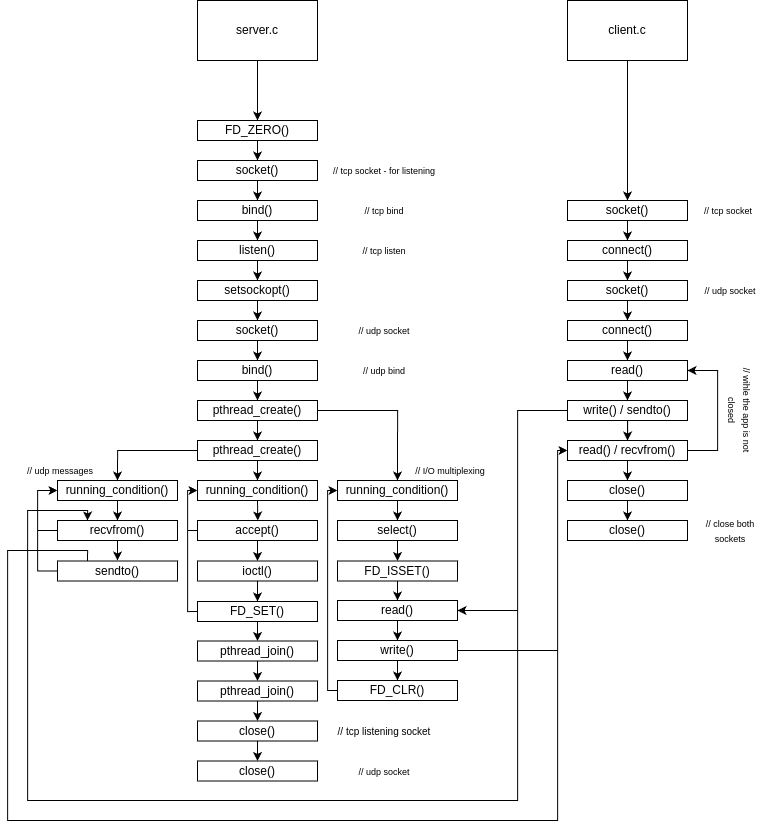
This is docs/RR execution diagram.drawio.png from petru-braha/RR-application, a draw.io export, as it was before one commit. Source tidied: cells renumbered, new cells last; positions are measured from the earlier drawing's top-left corner, leaving out a move shared by most shapes.
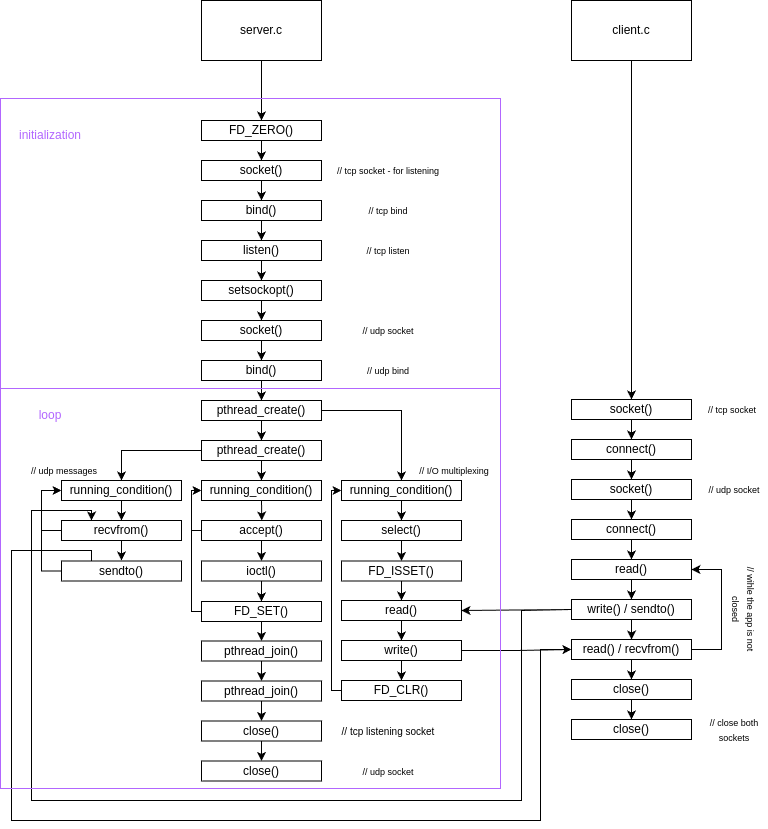
Above is the later version.

Diff of the diagram source:
```diff
@@ -160,13 +160,8 @@
         <mxPoint x="390" y="680" as="targetPoint" />
       </mxGeometry>
     </mxCell>
-    <mxCell id="50" style="edgeStyle=orthogonalEdgeStyle;rounded=0;jettySize=auto;html=1;exitX=1;exitY=0.5;exitDx=0;exitDy=0;entryX=0;entryY=0.5;entryDx=0;entryDy=0;" parent="1" edge="1" source="51" target="77">
-      <mxGeometry relative="1" as="geometry">
-        <Array as="points">
-          <mxPoint x="550" y="650" />
-          <mxPoint x="550" y="450" />
-        </Array>
-      </mxGeometry>
+    <mxCell id="50" style="edgeStyle=orthogonalEdgeStyle;rounded=0;jettySize=auto;html=1;entryX=0;entryY=0.5;entryDx=0;entryDy=0;" parent="1" edge="1" source="51" target="77">
+      <mxGeometry relative="1" as="geometry" />
     </mxCell>
     <mxCell id="51" value="write&lt;span style=&quot;background-color: initial;&quot;&gt;()&lt;/span&gt;" style="rounded=0;whiteSpace=wrap;html=1;" parent="1" vertex="1">
       <mxGeometry x="330" y="640" width="120" height="20" as="geometry" />
@@ -207,8 +202,8 @@
           <mxPoint x="80" y="550" />
           <mxPoint y="550" />
           <mxPoint y="820" />
-          <mxPoint x="550" y="820" />
-          <mxPoint x="550" y="450" />
+          <mxPoint x="529" y="820" />
+          <mxPoint x="529" y="649" />
         </Array>
       </mxGeometry>
     </mxCell>
@@ -219,31 +214,31 @@
       <mxGeometry relative="1" as="geometry" />
     </mxCell>
     <mxCell id="62" value="socket()" style="rounded=0;whiteSpace=wrap;html=1;" parent="1" vertex="1">
-      <mxGeometry x="560" y="200" width="120" height="20" as="geometry" />
+      <mxGeometry x="560" y="399" width="120" height="20" as="geometry" />
     </mxCell>
     <mxCell id="63" style="edgeStyle=orthogonalEdgeStyle;rounded=0;jettySize=auto;html=1;exitX=0.5;exitY=1;exitDx=0;exitDy=0;entryX=0.5;entryY=0;entryDx=0;entryDy=0;" parent="1" edge="1" source="64" target="66">
       <mxGeometry relative="1" as="geometry" />
     </mxCell>
     <mxCell id="64" value="connect()" style="rounded=0;whiteSpace=wrap;html=1;" parent="1" vertex="1">
-      <mxGeometry x="560" y="240" width="120" height="20" as="geometry" />
+      <mxGeometry x="560" y="439" width="120" height="20" as="geometry" />
     </mxCell>
     <mxCell id="65" style="edgeStyle=orthogonalEdgeStyle;rounded=0;jettySize=auto;html=1;exitX=0.5;exitY=1;exitDx=0;exitDy=0;entryX=0.5;entryY=0;entryDx=0;entryDy=0;" parent="1" edge="1" source="66" target="68">
       <mxGeometry relative="1" as="geometry" />
     </mxCell>
     <mxCell id="66" value="socket()" style="rounded=0;whiteSpace=wrap;html=1;" parent="1" vertex="1">
-      <mxGeometry x="560" y="280" width="120" height="20" as="geometry" />
+      <mxGeometry x="560" y="479" width="120" height="20" as="geometry" />
     </mxCell>
     <mxCell id="67" style="edgeStyle=orthogonalEdgeStyle;rounded=0;jettySize=auto;html=1;exitX=0.5;exitY=1;exitDx=0;exitDy=0;entryX=0.5;entryY=0;entryDx=0;entryDy=0;" parent="1" edge="1" source="68" target="70">
       <mxGeometry relative="1" as="geometry" />
     </mxCell>
     <mxCell id="68" value="connect()" style="rounded=0;whiteSpace=wrap;html=1;" parent="1" vertex="1">
-      <mxGeometry x="560" y="320" width="120" height="20" as="geometry" />
+      <mxGeometry x="560" y="519" width="120" height="20" as="geometry" />
     </mxCell>
     <mxCell id="69" style="edgeStyle=orthogonalEdgeStyle;rounded=0;jettySize=auto;html=1;exitX=0.5;exitY=1;exitDx=0;exitDy=0;entryX=0.5;entryY=0;entryDx=0;entryDy=0;" parent="1" edge="1" source="70" target="74">
       <mxGeometry relative="1" as="geometry" />
     </mxCell>
     <mxCell id="70" value="read()" style="rounded=0;whiteSpace=wrap;html=1;" parent="1" vertex="1">
-      <mxGeometry x="560" y="360" width="120" height="20" as="geometry" />
+      <mxGeometry x="560" y="559" width="120" height="20" as="geometry" />
     </mxCell>
     <mxCell id="71" style="edgeStyle=orthogonalEdgeStyle;rounded=0;jettySize=auto;html=1;exitX=0.5;exitY=1;exitDx=0;exitDy=0;" parent="1" edge="1" source="74" target="77">
       <mxGeometry relative="1" as="geometry" />
@@ -251,15 +246,15 @@
     <mxCell id="72" style="edgeStyle=orthogonalEdgeStyle;rounded=0;jettySize=auto;html=1;exitX=0;exitY=0.5;exitDx=0;exitDy=0;entryX=1;entryY=0.5;entryDx=0;entryDy=0;" parent="1" edge="1" source="74" target="48">
       <mxGeometry relative="1" as="geometry">
         <Array as="points">
-          <mxPoint x="510" y="410" />
-          <mxPoint x="510" y="610" />
+          <mxPoint x="560" y="610" />
         </Array>
       </mxGeometry>
     </mxCell>
     <mxCell id="73" style="edgeStyle=orthogonalEdgeStyle;rounded=0;jettySize=auto;html=1;exitX=0;exitY=0.5;exitDx=0;exitDy=0;entryX=0.25;entryY=0;entryDx=0;entryDy=0;" parent="1" edge="1" source="74" target="57">
       <mxGeometry relative="1" as="geometry">
         <Array as="points">
-          <mxPoint x="510" y="410" />
+          <mxPoint x="560" y="610" />
+          <mxPoint x="510" y="610" />
           <mxPoint x="510" y="800" />
           <mxPoint x="20" y="800" />
           <mxPoint x="20" y="510" />
@@ -268,7 +263,7 @@
       </mxGeometry>
     </mxCell>
     <mxCell id="74" value="write&lt;span style=&quot;background-color: initial;&quot;&gt;() / sendto()&lt;/span&gt;" style="rounded=0;whiteSpace=wrap;html=1;" parent="1" vertex="1">
-      <mxGeometry x="560" y="400" width="120" height="20" as="geometry" />
+      <mxGeometry x="560" y="599" width="120" height="20" as="geometry" />
     </mxCell>
     <mxCell id="75" style="edgeStyle=orthogonalEdgeStyle;rounded=0;jettySize=auto;html=1;exitX=0.5;exitY=1;exitDx=0;exitDy=0;entryX=0.5;entryY=0;entryDx=0;entryDy=0;" parent="1" edge="1" source="77" target="79">
       <mxGeometry relative="1" as="geometry" />
@@ -276,22 +271,22 @@
     <mxCell id="76" style="edgeStyle=orthogonalEdgeStyle;rounded=0;jettySize=auto;html=1;exitX=1;exitY=0.5;exitDx=0;exitDy=0;entryX=1;entryY=0.5;entryDx=0;entryDy=0;" parent="1" edge="1" source="77" target="70">
       <mxGeometry relative="1" as="geometry">
         <Array as="points">
-          <mxPoint x="710" y="450" />
-          <mxPoint x="710" y="370" />
+          <mxPoint x="710" y="649" />
+          <mxPoint x="710" y="569" />
         </Array>
       </mxGeometry>
     </mxCell>
     <mxCell id="77" value="read() / recvfrom()" style="rounded=0;whiteSpace=wrap;html=1;" parent="1" vertex="1">
-      <mxGeometry x="560" y="440" width="120" height="20" as="geometry" />
+      <mxGeometry x="560" y="639" width="120" height="20" as="geometry" />
     </mxCell>
     <mxCell id="78" style="edgeStyle=orthogonalEdgeStyle;rounded=0;jettySize=auto;html=1;exitX=0.5;exitY=1;exitDx=0;exitDy=0;entryX=0.5;entryY=0;entryDx=0;entryDy=0;" parent="1" edge="1" source="79" target="80">
       <mxGeometry relative="1" as="geometry" />
     </mxCell>
     <mxCell id="79" value="close()" style="rounded=0;whiteSpace=wrap;html=1;" parent="1" vertex="1">
-      <mxGeometry x="560" y="480" width="120" height="20" as="geometry" />
+      <mxGeometry x="560" y="679" width="120" height="20" as="geometry" />
     </mxCell>
     <mxCell id="80" value="close()" style="rounded=0;whiteSpace=wrap;html=1;" parent="1" vertex="1">
-      <mxGeometry x="560" y="520" width="120" height="20" as="geometry" />
+      <mxGeometry x="560" y="719" width="120" height="20" as="geometry" />
     </mxCell>
     <mxCell id="81" value="&lt;font style=&quot;font-size: 9px;&quot;&gt;// tcp socket - for listening&lt;/font&gt;" style="text;html=1;align=center;verticalAlign=middle;whiteSpace=wrap;rounded=0;" parent="1" vertex="1">
       <mxGeometry x="324" y="160" width="106" height="20" as="geometry" />
@@ -333,16 +328,28 @@
       <mxGeometry x="324" y="760.5" width="106" height="20" as="geometry" />
     </mxCell>
     <mxCell id="94" value="&lt;font style=&quot;font-size: 9px;&quot;&gt;// wihle the app is not closed&lt;/font&gt;" style="text;html=1;align=center;verticalAlign=middle;whiteSpace=wrap;rounded=0;rotation=90;" parent="1" vertex="1">
-      <mxGeometry x="680" y="400" width="106" height="20" as="geometry" />
+      <mxGeometry x="680" y="599" width="106" height="20" as="geometry" />
     </mxCell>
     <mxCell id="95" value="&lt;font style=&quot;font-size: 9px;&quot;&gt;// udp socket&lt;/font&gt;" style="text;html=1;align=center;verticalAlign=middle;whiteSpace=wrap;rounded=0;" parent="1" vertex="1">
-      <mxGeometry x="690" y="280" width="66" height="20" as="geometry" />
+      <mxGeometry x="690" y="479" width="66" height="20" as="geometry" />
     </mxCell>
     <mxCell id="96" value="&lt;font style=&quot;font-size: 9px;&quot;&gt;// tcp socket&lt;/font&gt;" style="text;html=1;align=center;verticalAlign=middle;whiteSpace=wrap;rounded=0;" parent="1" vertex="1">
-      <mxGeometry x="686" y="200" width="70" height="20" as="geometry" />
+      <mxGeometry x="686" y="399" width="70" height="20" as="geometry" />
     </mxCell>
     <mxCell id="97" value="&lt;font style=&quot;font-size: 9px;&quot;&gt;// close both sockets&lt;/font&gt;" style="text;html=1;align=center;verticalAlign=middle;whiteSpace=wrap;rounded=0;" parent="1" vertex="1">
-      <mxGeometry x="690" y="520" width="66" height="20" as="geometry" />
+      <mxGeometry x="690" y="719" width="66" height="20" as="geometry" />
     </mxCell>
+    <mxCell id="98" style="rounded=0;whiteSpace=wrap;html=1;fillStyle=auto;fillColor=none;strokeColor=#B266FF;" parent="1" vertex="1">
+      <mxGeometry x="-11" y="98" width="500" height="290" as="geometry" />
+    </mxCell>
+    <mxCell id="99" value="&lt;font color=&quot;#b266ff&quot;&gt;initialization&lt;/font&gt;" style="text;html=1;align=center;verticalAlign=middle;whiteSpace=wrap;rounded=0;" parent="1" vertex="1">
+      <mxGeometry x="9" y="120" width="60" height="30" as="geometry" />
+    </mxCell>
+    <mxCell id="100" value="&lt;font color=&quot;#b266ff&quot;&gt;loop&lt;/font&gt;" style="text;html=1;align=center;verticalAlign=middle;whiteSpace=wrap;rounded=0;" parent="1" vertex="1">
+      <mxGeometry x="9" y="400" width="60" height="30" as="geometry" />
+    </mxCell>
+    <mxCell id="101" style="rounded=0;whiteSpace=wrap;html=1;strokeColor=#B266FF;fillColor=none;" parent="1" vertex="1">
+      <mxGeometry x="-11" y="388" width="500" height="400" as="geometry" />
+    </mxCell>
   </root>
 </mxGraphModel>
```
